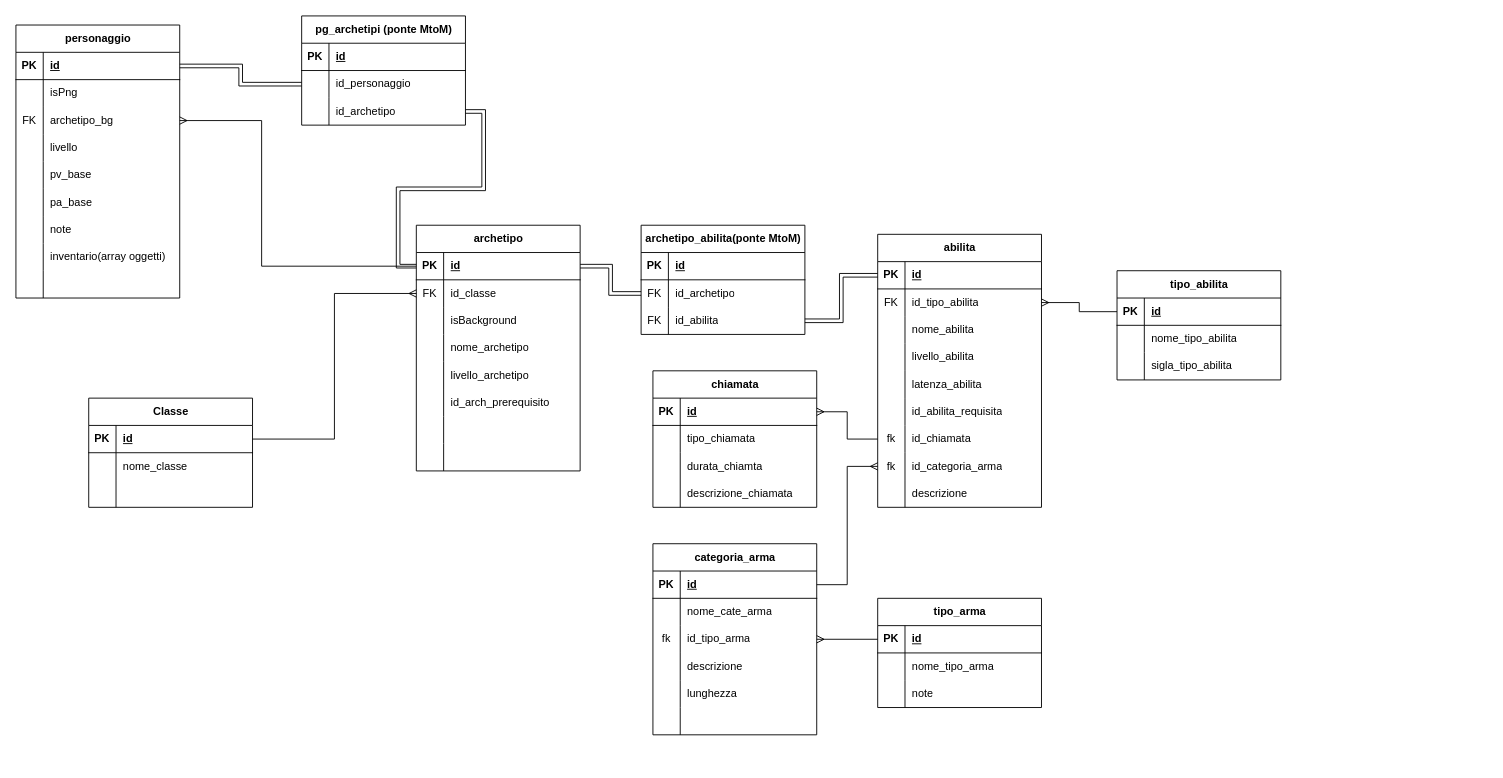
The draw.io diagram cronache.drawio in AntonioStrignano/conache-app, before the edit. Source tidied: cells renumbered, new cells numbered last; positions are measured from the earlier drawing's top-left corner, leaving out a move shared by most shapes. Both pictures are drawn from the tidied source at 91%, with x=0, y=0 at pixel (15, 15).
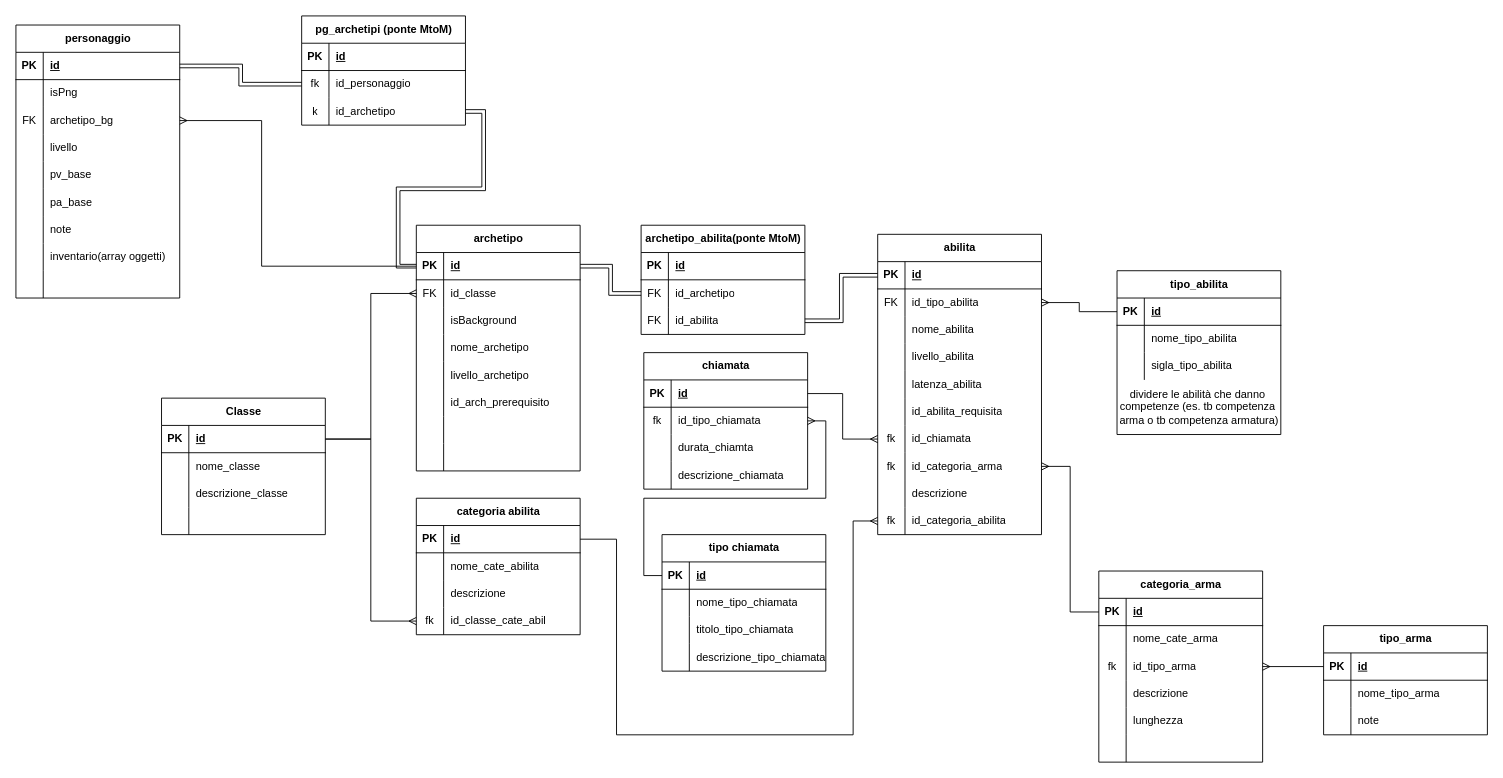
After the change.

Unchanged cells that the change refers to:
```xml
<mxCell id="49" style="shape=tableRow;horizontal=0;startSize=0;swimlaneHead=0;swimlaneBody=0;fillColor=none;points=[[0,0.5],[1,0.5]];portConstraint=eastwest;top=0;left=0;right=0;bottom=0;" parent="30" vertex="1">
  <mxGeometry y="210" width="180" height="30" as="geometry" />
</mxCell>
<mxCell id="107" style="shape=tableRow;horizontal=0;startSize=0;swimlaneHead=0;swimlaneBody=0;fillColor=none;points=[[0,0.5],[1,0.5]];portConstraint=eastwest;top=0;left=0;right=0;bottom=1;" parent="106" vertex="1">
  <mxGeometry y="30" width="180" height="30" as="geometry" />
</mxCell>
<mxCell id="110" style="shape=tableRow;horizontal=0;startSize=0;swimlaneHead=0;swimlaneBody=0;fillColor=none;points=[[0,0.5],[1,0.5]];portConstraint=eastwest;top=0;left=0;right=0;bottom=0;" parent="106" vertex="1">
  <mxGeometry y="60" width="180" height="30" as="geometry" />
</mxCell>
<mxCell id="125" style="shape=tableRow;horizontal=0;startSize=0;swimlaneHead=0;swimlaneBody=0;fillColor=none;points=[[0,0.5],[1,0.5]];portConstraint=eastwest;top=0;left=0;right=0;bottom=0;" parent="121" vertex="1">
  <mxGeometry y="60" width="180" height="30" as="geometry" />
</mxCell>
<mxCell id="128" style="shape=tableRow;horizontal=0;startSize=0;swimlaneHead=0;swimlaneBody=0;fillColor=none;points=[[0,0.5],[1,0.5]];portConstraint=eastwest;top=0;left=0;right=0;bottom=0;" parent="121" vertex="1">
  <mxGeometry y="90" width="180" height="30" as="geometry" />
</mxCell>
<mxCell id="134" style="shape=tableRow;horizontal=0;startSize=0;swimlaneHead=0;swimlaneBody=0;fillColor=none;points=[[0,0.5],[1,0.5]];portConstraint=eastwest;top=0;left=0;right=0;bottom=1;" parent="133" vertex="1">
  <mxGeometry y="30" width="180" height="30" as="geometry" />
</mxCell>
<mxCell id="140" style="shape=tableRow;horizontal=0;startSize=0;swimlaneHead=0;swimlaneBody=0;fillColor=none;top=0;left=0;right=0;bottom=0;" parent="133" vertex="1">
  <mxGeometry y="90" width="180" height="30" as="geometry" />
</mxCell>
```

Diff of the diagram source:
```diff
@@
     <mxCell id="30" value="abilita" style="shape=table;startSize=30;childLayout=tableLayout;rowLines=0;fontStyle=1;align=center;html=1;" parent="1" vertex="1">
-      <mxGeometry x="947" y="240" width="180" height="300" as="geometry" />
+      <mxGeometry x="947" y="240" width="180" height="330" as="geometry" />
     </mxCell>
@@
+    <mxCell id="175" style="shape=tableRow;horizontal=0;startSize=0;swimlaneHead=0;swimlaneBody=0;fillColor=none;points=[[0,0.5],[1,0.5]];portConstraint=eastwest;top=0;left=0;right=0;bottom=0;" parent="30" vertex="1">
+      <mxGeometry y="300" width="180" height="30" as="geometry" />
+    </mxCell>
+    <mxCell id="176" value="fk" style="shape=partialRectangle;fillColor=none;top=0;left=0;bottom=0;right=0;overflow=hidden;whiteSpace=wrap;html=1;" parent="175" vertex="1">
+      <mxGeometry width="30" height="30" as="geometry" />
+    </mxCell>
+    <mxCell id="177" value="id_categoria_abilita" style="shape=partialRectangle;fillColor=none;top=0;left=0;bottom=0;right=0;align=left;spacingLeft=6;overflow=hidden;whiteSpace=wrap;html=1;" parent="175" vertex="1">
+      <mxGeometry x="30" width="150" height="30" as="geometry" />
+    </mxCell>
     <mxCell id="58" value="tipo_abilita" style="shape=table;startSize=30;childLayout=tableLayout;rowLines=0;fontStyle=1;align=center;html=1;" parent="1" vertex="1">
-      <mxGeometry x="1210" y="280" width="180" height="120" as="geometry" />
+      <mxGeometry x="1210" y="280" width="180" height="180" as="geometry" />
     </mxCell>
@@
     <mxCell id="106" value="chiamata" style="shape=table;startSize=30;childLayout=tableLayout;rowLines=0;fontStyle=1;align=center;html=1;" parent="1" vertex="1">
-      <mxGeometry x="700" y="390" width="180" height="150" as="geometry" />
+      <mxGeometry x="690" y="370" width="180" height="150" as="geometry" />
     </mxCell>
@@
-    <mxCell id="111" style="shape=partialRectangle;fillColor=none;top=0;left=0;bottom=0;right=0;overflow=hidden;whiteSpace=wrap;html=1;" parent="110" vertex="1">
+    <mxCell id="111" value="fk" style="shape=partialRectangle;fillColor=none;top=0;left=0;bottom=0;right=0;overflow=hidden;whiteSpace=wrap;html=1;" parent="110" vertex="1">
       <mxGeometry width="30" height="30" as="geometry" />
     </mxCell>
-    <mxCell id="112" value="tipo_chiamata" style="shape=partialRectangle;fillColor=none;top=0;left=0;bottom=0;right=0;align=left;spacingLeft=6;overflow=hidden;whiteSpace=wrap;html=1;" parent="110" vertex="1">
+    <mxCell id="112" value="id_tipo_chiamata" style="shape=partialRectangle;fillColor=none;top=0;left=0;bottom=0;right=0;align=left;spacingLeft=6;overflow=hidden;whiteSpace=wrap;html=1;" parent="110" vertex="1">
       <mxGeometry x="30" width="150" height="30" as="geometry" />
     </mxCell>
@@
-    <mxCell id="119" style="edgeStyle=orthogonalEdgeStyle;rounded=0;jettySize=auto;html=1;endArrow=ERmany;endFill=0;" parent="1" edge="1" source="49" target="107">
+    <mxCell id="119" style="edgeStyle=orthogonalEdgeStyle;rounded=0;jettySize=auto;html=1;endArrow=none;endFill=0;startArrow=ERmany;startFill=0;" parent="1" edge="1" source="49" target="107">
       <mxGeometry relative="1" as="geometry" />
     </mxCell>
@@
-    <mxCell id="126" style="shape=partialRectangle;fillColor=none;top=0;left=0;bottom=0;right=0;overflow=hidden;whiteSpace=wrap;html=1;" parent="125" vertex="1">
+    <mxCell id="126" value="fk" style="shape=partialRectangle;fillColor=none;top=0;left=0;bottom=0;right=0;overflow=hidden;whiteSpace=wrap;html=1;" parent="125" vertex="1">
       <mxGeometry width="30" height="30" as="geometry" />
     </mxCell>
@@
-    <mxCell id="129" style="shape=partialRectangle;fillColor=none;top=0;left=0;bottom=0;right=0;overflow=hidden;whiteSpace=wrap;html=1;" parent="128" vertex="1">
+    <mxCell id="129" value="k" style="shape=partialRectangle;fillColor=none;top=0;left=0;bottom=0;right=0;overflow=hidden;whiteSpace=wrap;html=1;" parent="128" vertex="1">
       <mxGeometry width="30" height="30" as="geometry" />
     </mxCell>
@@
     <mxCell id="133" value="Classe" style="shape=table;startSize=30;childLayout=tableLayout;rowLines=0;fontStyle=1;align=center;html=1;" parent="1" vertex="1">
-      <mxGeometry x="80" y="420" width="180" height="120" as="geometry" />
+      <mxGeometry x="160" y="420" width="180" height="150" as="geometry" />
     </mxCell>
@@
-    <mxCell id="142" style="shape=partialRectangle;fillColor=none;top=0;left=0;bottom=0;right=0;align=left;spacingLeft=6;overflow=hidden;whiteSpace=wrap;html=1;" parent="140" vertex="1">
+    <mxCell id="142" value="descrizione_classe" style="shape=partialRectangle;fillColor=none;top=0;left=0;bottom=0;right=0;align=left;spacingLeft=6;overflow=hidden;whiteSpace=wrap;html=1;" parent="140" vertex="1">
       <mxGeometry x="30" width="150" height="30" as="geometry" />
     </mxCell>
+    <mxCell id="178" style="shape=tableRow;horizontal=0;startSize=0;swimlaneHead=0;swimlaneBody=0;fillColor=none;top=0;left=0;right=0;bottom=0;" parent="133" vertex="1">
+      <mxGeometry y="120" width="180" height="30" as="geometry" />
+    </mxCell>
+    <mxCell id="179" style="shape=partialRectangle;fillColor=none;top=0;left=0;bottom=0;right=0;overflow=hidden;whiteSpace=wrap;html=1;" parent="178" vertex="1">
+      <mxGeometry width="30" height="30" as="geometry" />
+    </mxCell>
+    <mxCell id="180" style="shape=partialRectangle;fillColor=none;top=0;left=0;bottom=0;right=0;align=left;spacingLeft=6;overflow=hidden;whiteSpace=wrap;html=1;" parent="178" vertex="1">
+      <mxGeometry x="30" width="150" height="30" as="geometry" />
+    </mxCell>
@@
     <mxCell id="144" value="categoria_arma" style="shape=table;startSize=30;childLayout=tableLayout;rowLines=0;fontStyle=1;align=center;html=1;" parent="1" vertex="1">
-      <mxGeometry x="700" y="580" width="180" height="210" as="geometry" />
+      <mxGeometry x="1190" y="610" width="180" height="210" as="geometry" />
     </mxCell>
@@
     <mxCell id="164" value="tipo_arma" style="shape=table;startSize=30;childLayout=tableLayout;rowLines=0;fontStyle=1;align=center;html=1;" parent="1" vertex="1">
-      <mxGeometry x="947" y="640" width="180" height="120" as="geometry" />
+      <mxGeometry x="1437" y="670" width="180" height="120" as="geometry" />
     </mxCell>
@@
+    <mxCell id="181" value="dividere le abilità che danno&amp;nbsp;&lt;div&gt;competenze (es. tb competenza&amp;nbsp;&lt;/div&gt;&lt;div&gt;arma o tb competenza armatura)&lt;/div&gt;" style="text;html=1;align=center;verticalAlign=middle;strokeColor=none;fillColor=none;" parent="1" vertex="1">
+      <mxGeometry x="1200" y="400" width="200" height="60" as="geometry" />
+    </mxCell>
+    <mxCell id="182" value="categoria abilita" style="shape=table;startSize=30;childLayout=tableLayout;rowLines=0;fontStyle=1;align=center;html=1;" parent="1" vertex="1">
+      <mxGeometry x="440" y="530" width="180" height="150" as="geometry" />
+    </mxCell>
+    <mxCell id="183" style="shape=tableRow;horizontal=0;startSize=0;swimlaneHead=0;swimlaneBody=0;fillColor=none;points=[[0,0.5],[1,0.5]];portConstraint=eastwest;top=0;left=0;right=0;bottom=1;" parent="182" vertex="1">
+      <mxGeometry y="30" width="180" height="30" as="geometry" />
+    </mxCell>
+    <mxCell id="184" value="PK" style="shape=partialRectangle;fillColor=none;top=0;left=0;bottom=0;right=0;fontStyle=1;overflow=hidden;whiteSpace=wrap;html=1;" parent="183" vertex="1">
+      <mxGeometry width="30" height="30" as="geometry" />
+    </mxCell>
+    <mxCell id="185" value="id" style="shape=partialRectangle;fillColor=none;top=0;left=0;bottom=0;right=0;align=left;spacingLeft=6;fontStyle=5;overflow=hidden;whiteSpace=wrap;html=1;" parent="183" vertex="1">
+      <mxGeometry x="30" width="150" height="30" as="geometry" />
+    </mxCell>
+    <mxCell id="186" style="shape=tableRow;horizontal=0;startSize=0;swimlaneHead=0;swimlaneBody=0;fillColor=none;top=0;left=0;right=0;bottom=0;" parent="182" vertex="1">
+      <mxGeometry y="60" width="180" height="30" as="geometry" />
+    </mxCell>
+    <mxCell id="187" style="shape=partialRectangle;fillColor=none;top=0;left=0;bottom=0;right=0;overflow=hidden;whiteSpace=wrap;html=1;" parent="186" vertex="1">
+      <mxGeometry width="30" height="30" as="geometry" />
+    </mxCell>
+    <mxCell id="188" value="nome_cate_abilita" style="shape=partialRectangle;fillColor=none;top=0;left=0;bottom=0;right=0;align=left;spacingLeft=6;overflow=hidden;whiteSpace=wrap;html=1;" parent="186" vertex="1">
+      <mxGeometry x="30" width="150" height="30" as="geometry" />
+    </mxCell>
+    <mxCell id="189" style="shape=tableRow;horizontal=0;startSize=0;swimlaneHead=0;swimlaneBody=0;fillColor=none;top=0;left=0;right=0;bottom=0;" parent="182" vertex="1">
+      <mxGeometry y="90" width="180" height="30" as="geometry" />
+    </mxCell>
+    <mxCell id="190" style="shape=partialRectangle;fillColor=none;top=0;left=0;bottom=0;right=0;overflow=hidden;whiteSpace=wrap;html=1;" parent="189" vertex="1">
+      <mxGeometry width="30" height="30" as="geometry" />
+    </mxCell>
+    <mxCell id="191" value="descrizione" style="shape=partialRectangle;fillColor=none;top=0;left=0;bottom=0;right=0;align=left;spacingLeft=6;overflow=hidden;whiteSpace=wrap;html=1;" parent="189" vertex="1">
+      <mxGeometry x="30" width="150" height="30" as="geometry" />
+    </mxCell>
+    <mxCell id="192" style="shape=tableRow;horizontal=0;startSize=0;swimlaneHead=0;swimlaneBody=0;fillColor=none;points=[[0,0.5],[1,0.5]];portConstraint=eastwest;top=0;left=0;right=0;bottom=0;" parent="182" vertex="1">
+      <mxGeometry y="120" width="180" height="30" as="geometry" />
+    </mxCell>
+    <mxCell id="193" value="fk" style="shape=partialRectangle;fillColor=none;top=0;left=0;bottom=0;right=0;overflow=hidden;whiteSpace=wrap;html=1;" parent="192" vertex="1">
+      <mxGeometry width="30" height="30" as="geometry" />
+    </mxCell>
+    <mxCell id="194" value="id_classe_cate_abil" style="shape=partialRectangle;fillColor=none;top=0;left=0;bottom=0;right=0;align=left;spacingLeft=6;overflow=hidden;whiteSpace=wrap;html=1;" parent="192" vertex="1">
+      <mxGeometry x="30" width="150" height="30" as="geometry" />
+    </mxCell>
+    <mxCell id="195" style="edgeStyle=orthogonalEdgeStyle;rounded=0;jettySize=auto;html=1;endArrow=ERmany;endFill=0;" parent="1" edge="1" source="183" target="175">
+      <mxGeometry relative="1" as="geometry">
+        <Array as="points">
+          <mxPoint x="660" y="575" />
+          <mxPoint x="660" y="790" />
+          <mxPoint x="920" y="790" />
+          <mxPoint x="920" y="555" />
+        </Array>
+      </mxGeometry>
+    </mxCell>
+    <mxCell id="196" style="edgeStyle=orthogonalEdgeStyle;rounded=0;jettySize=auto;html=1;endArrow=ERmany;endFill=0;" parent="1" edge="1" source="134" target="192">
+      <mxGeometry relative="1" as="geometry" />
+    </mxCell>
+    <mxCell id="197" value="tipo chiamata" style="shape=table;startSize=30;childLayout=tableLayout;rowLines=0;fontStyle=1;align=center;html=1;" parent="1" vertex="1">
+      <mxGeometry x="710" y="570" width="180" height="150" as="geometry" />
+    </mxCell>
+    <mxCell id="198" style="shape=tableRow;horizontal=0;startSize=0;swimlaneHead=0;swimlaneBody=0;fillColor=none;points=[[0,0.5],[1,0.5]];portConstraint=eastwest;top=0;left=0;right=0;bottom=1;" parent="197" vertex="1">
+      <mxGeometry y="30" width="180" height="30" as="geometry" />
+    </mxCell>
+    <mxCell id="199" value="PK" style="shape=partialRectangle;fillColor=none;top=0;left=0;bottom=0;right=0;fontStyle=1;overflow=hidden;whiteSpace=wrap;html=1;" parent="198" vertex="1">
+      <mxGeometry width="30" height="30" as="geometry" />
+    </mxCell>
+    <mxCell id="200" value="id" style="shape=partialRectangle;fillColor=none;top=0;left=0;bottom=0;right=0;align=left;spacingLeft=6;fontStyle=5;overflow=hidden;whiteSpace=wrap;html=1;" parent="198" vertex="1">
+      <mxGeometry x="30" width="150" height="30" as="geometry" />
+    </mxCell>
+    <mxCell id="201" style="shape=tableRow;horizontal=0;startSize=0;swimlaneHead=0;swimlaneBody=0;fillColor=none;top=0;left=0;right=0;bottom=0;" parent="197" vertex="1">
+      <mxGeometry y="60" width="180" height="30" as="geometry" />
+    </mxCell>
+    <mxCell id="202" style="shape=partialRectangle;fillColor=none;top=0;left=0;bottom=0;right=0;overflow=hidden;whiteSpace=wrap;html=1;" parent="201" vertex="1">
+      <mxGeometry width="30" height="30" as="geometry" />
+    </mxCell>
+    <mxCell id="203" value="nome_tipo_chiamata" style="shape=partialRectangle;fillColor=none;top=0;left=0;bottom=0;right=0;align=left;spacingLeft=6;overflow=hidden;whiteSpace=wrap;html=1;" parent="201" vertex="1">
+      <mxGeometry x="30" width="150" height="30" as="geometry" />
+    </mxCell>
+    <mxCell id="204" style="shape=tableRow;horizontal=0;startSize=0;swimlaneHead=0;swimlaneBody=0;fillColor=none;top=0;left=0;right=0;bottom=0;" parent="197" vertex="1">
+      <mxGeometry y="90" width="180" height="30" as="geometry" />
+    </mxCell>
+    <mxCell id="205" style="shape=partialRectangle;fillColor=none;top=0;left=0;bottom=0;right=0;overflow=hidden;whiteSpace=wrap;html=1;" parent="204" vertex="1">
+      <mxGeometry width="30" height="30" as="geometry" />
+    </mxCell>
+    <mxCell id="206" value="titolo_tipo_chiamata" style="shape=partialRectangle;fillColor=none;top=0;left=0;bottom=0;right=0;align=left;spacingLeft=6;overflow=hidden;whiteSpace=wrap;html=1;" parent="204" vertex="1">
+      <mxGeometry x="30" width="150" height="30" as="geometry" />
+    </mxCell>
+    <mxCell id="207" style="shape=tableRow;horizontal=0;startSize=0;swimlaneHead=0;swimlaneBody=0;fillColor=none;top=0;left=0;right=0;bottom=0;" parent="197" vertex="1">
+      <mxGeometry y="120" width="180" height="30" as="geometry" />
+    </mxCell>
+    <mxCell id="208" style="shape=partialRectangle;fillColor=none;top=0;left=0;bottom=0;right=0;overflow=hidden;whiteSpace=wrap;html=1;" parent="207" vertex="1">
+      <mxGeometry width="30" height="30" as="geometry" />
+    </mxCell>
+    <mxCell id="209" value="descrizione_tipo_chiamata" style="shape=partialRectangle;fillColor=none;top=0;left=0;bottom=0;right=0;align=left;spacingLeft=6;overflow=hidden;whiteSpace=wrap;html=1;" parent="207" vertex="1">
+      <mxGeometry x="30" width="150" height="30" as="geometry" />
+    </mxCell>
+    <mxCell id="210" style="edgeStyle=orthogonalEdgeStyle;rounded=0;jettySize=auto;html=1;endArrow=ERmany;endFill=0;" parent="1" edge="1" source="198" target="110">
+      <mxGeometry relative="1" as="geometry" />
+    </mxCell>
```
